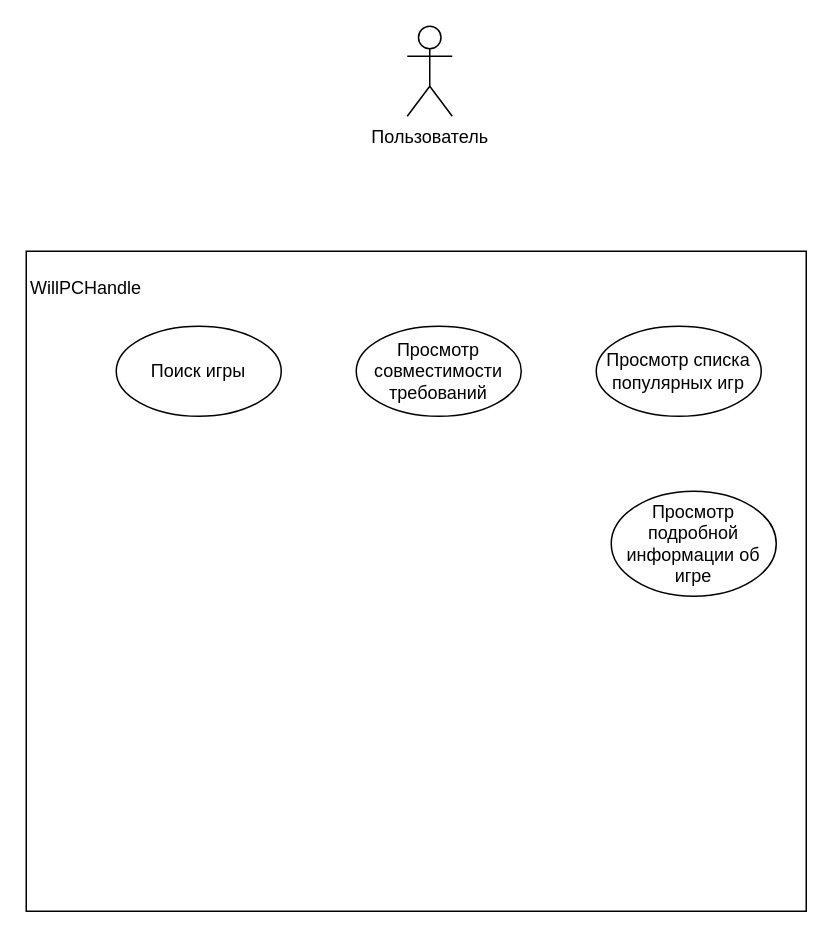
Above: УП (II семестр)/Диаграмма пользования.drawio in ReNecro100/WillPCHandle (draw.io), before the change. Source tidied: cells renumbered, new cells numbered last; positions are measured from the earlier drawing's top-left corner, leaving out a move shared by most shapes. Both pictures are drawn from the tidied source at 150%, with x=0, y=0 at pixel (26, 26).
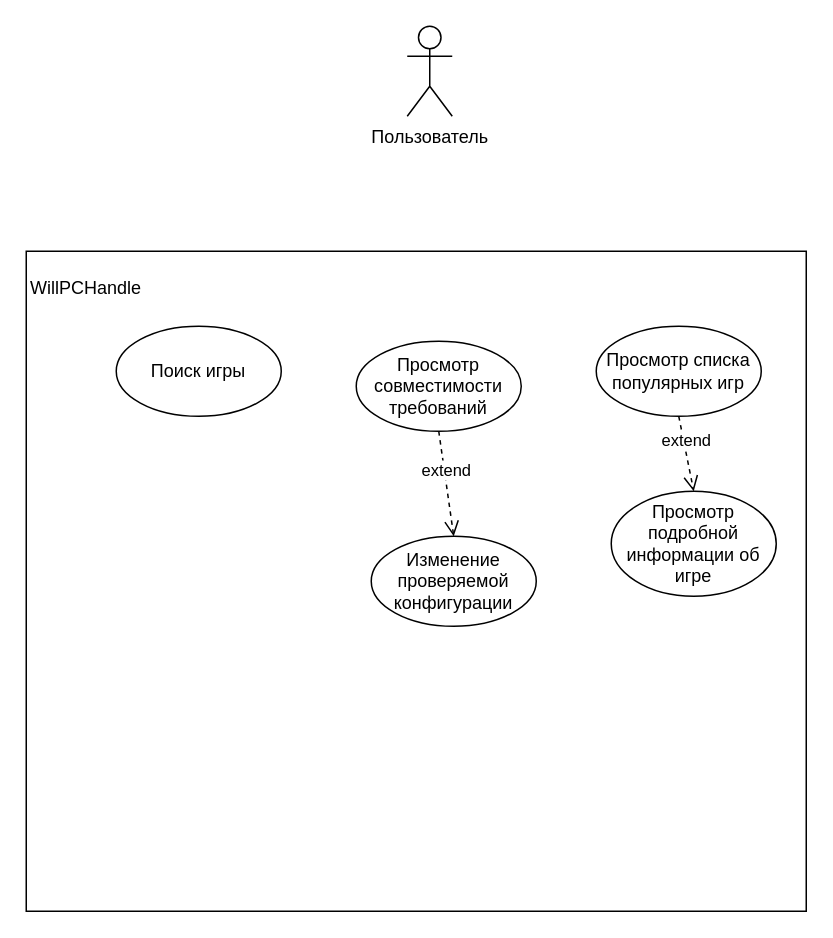
After the change.

What changed in the source:
```diff
@@
 <mxGraphModel>
   <root>
     <mxCell id="0" />
     <mxCell id="1" parent="0" />
     <mxCell id="2" style="rounded=0;whiteSpace=wrap;html=1;" parent="1" vertex="1">
       <mxGeometry y="150" width="520" height="440" as="geometry" />
     </mxCell>
     <mxCell id="3" value="Пользователь" style="shape=umlActor;verticalLabelPosition=bottom;verticalAlign=top;html=1;" parent="1" vertex="1">
       <mxGeometry x="254" width="30" height="60" as="geometry" />
     </mxCell>
     <mxCell id="4" value="WillPCHandle" style="text;html=1;align=center;verticalAlign=middle;whiteSpace=wrap;rounded=0;" parent="1" vertex="1">
       <mxGeometry x="10" y="160" width="60" height="30" as="geometry" />
     </mxCell>
     <mxCell id="5" value="Просмотр совместимости требований" style="ellipse;whiteSpace=wrap;html=1;" parent="1" vertex="1">
-      <mxGeometry x="220" y="200" width="110" height="60" as="geometry" />
+      <mxGeometry x="220" y="210" width="110" height="60" as="geometry" />
     </mxCell>
     <mxCell id="6" value="Просмотр подробной информации об игре" style="ellipse;whiteSpace=wrap;html=1;" parent="1" vertex="1">
       <mxGeometry x="390" y="310" width="110" height="70" as="geometry" />
     </mxCell>
     <mxCell id="7" value="Просмотр списка популярных игр" style="ellipse;whiteSpace=wrap;html=1;" parent="1" vertex="1">
       <mxGeometry x="380" y="200" width="110" height="60" as="geometry" />
     </mxCell>
     <mxCell id="8" value="Поиск игры" style="ellipse;whiteSpace=wrap;html=1;" parent="1" vertex="1">
       <mxGeometry x="60" y="200" width="110" height="60" as="geometry" />
     </mxCell>
+    <mxCell id="9" value="Изменение проверяемой конфигурации" style="ellipse;whiteSpace=wrap;html=1;" parent="1" vertex="1">
+      <mxGeometry x="230" y="340" width="110" height="60" as="geometry" />
+    </mxCell>
+    <mxCell id="10" value="extend" style="html=1;verticalAlign=bottom;endArrow=open;dashed=1;endSize=8;curved=0;rounded=0;entryX=0.5;entryY=0;entryDx=0;entryDy=0;exitX=0.5;exitY=1;exitDx=0;exitDy=0;" parent="1" edge="1" source="5" target="9">
+      <mxGeometry relative="1" as="geometry" />
+    </mxCell>
+    <mxCell id="11" value="extend" style="html=1;verticalAlign=bottom;endArrow=open;dashed=1;endSize=8;curved=0;rounded=0;entryX=0.5;entryY=0;entryDx=0;entryDy=0;exitX=0.5;exitY=1;exitDx=0;exitDy=0;" parent="1" edge="1" source="7" target="6">
+      <mxGeometry relative="1" as="geometry" />
+    </mxCell>
   </root>
 </mxGraphModel>
```
